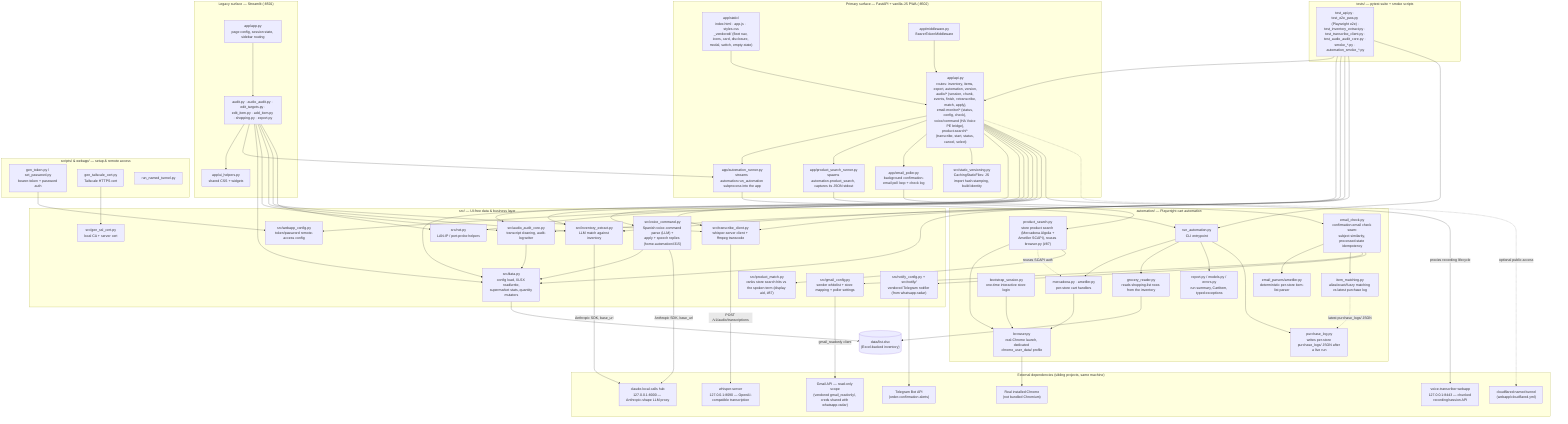
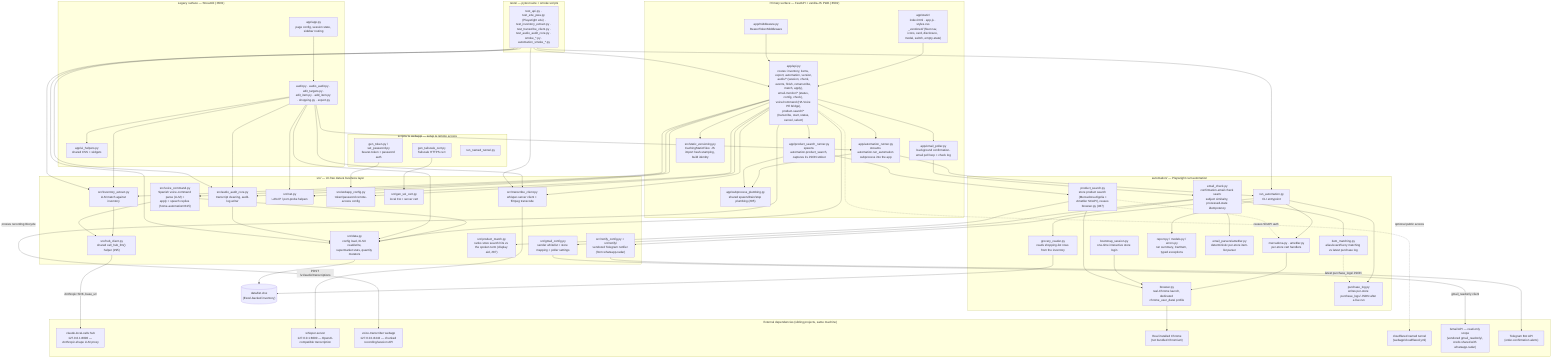
%% docs/architecture.mmd — this repo's own internal structure.
%% Hand-authored, not generated — unlike a fleet-wide crawled map, this
%% repo's own internal shape is semantic and can't be scraped the same way.
%% Update this diagram in the same PR as any material structural change (a
%% new mode/route, a module moved, a new external dependency wired in) —
%% same anti-staleness contract as this repo's own `.fleet.toml` `description`
%% field. See ferraroroberto/fleet-config#256 for the general convention.

flowchart TB
  subgraph frontend["Primary surface — FastAPI + vanilla-JS PWA (:8502)"]
    STATIC["app/static/\nindex.html · app.js · styles.css\n_vendored/ (fleet nav, icons, card, disclosure, modal, switch, empty-state)"]
    API["app/api.py\nroutes: inventory, items, export, automation, version,\naudio/* (session, chunk, events, finish, retranscribe, match, apply),\nemail-monitor/* (status, config, check), voice/command (HA Voice PE bridge),\nproduct-search/* (transcribe, start, status, cancel, select)"]
    MW["app/middleware.py\nBearerTokenMiddleware"]
    RUNNER["app/automation_runner.py\nstreams automation.run_automation subprocess into the app"]
    PSRUNNER["app/product_search_runner.py\nspawns automation.product_search, captures its JSON stdout"]
+     SUBPROC["app/subprocess_plumbing.py\nshared spawn/drain/stop plumbing (#95)"]
    POLLER["app/email_poller.py\nbackground confirmation-email poll loop + check log"]
    VERSIONING["src/static_versioning.py\nCachingStaticFiles: JS import hash-stamping, build identity"]
    STATIC --> API
    MW --> API
    API --> RUNNER
    API --> PSRUNNER
+     RUNNER --> SUBPROC
+     PSRUNNER --> SUBPROC
    API --> POLLER
    API --> VERSIONING
  end

  subgraph legacy["Legacy surface — Streamlit (:8501)"]
    APPPY["app/app.py\npage config, session state, sidebar routing"]
    MODES["audit.py · audio_audit.py · edit_targets.py ·\nedit_item.py · add_item.py · shopping.py · export.py"]
    UIHELP["app/ui_helpers.py\nshared CSS + widgets"]
    APPPY --> MODES
    MODES --> UIHELP
    MODES --> RUNNER
  end

  subgraph datalayer["src/ — UI-free data & business layer"]
    DATA["src/data.py\nconfig load, XLSX read/write,\nsupermarket stats, quantity mutators"]
    AUDIOCORE["src/audio_audit_core.py\ntranscript cleaning, audit-log writer"]
    EXTRACT["src/inventory_extract.py\nLLM match against inventory"]
    VOICECMD["src/voice_command.py\nSpanish voice-command parse (LLM) +\napply + speech replies (home-automation#315)"]
+     HUBCLIENT["src/hub_client.py\nshared call_hub_llm() helper (#95)"]
    PRODMATCH["src/product_match.py\nranks store search hits vs the spoken term (display aid, #87)"]
    TRANSCRIBE["src/transcribe_client.py\nwhisper-server client + ffmpeg transcode"]
    NET["src/net.py\nLAN-IP / port-probe helpers"]
    WEBCFG["src/webapp_config.py\ntoken/password remote-access config"]
    GMAILCFG["src/gmail_config.py\nsender whitelist + store mapping + poller settings"]
    NOTIFYCFG["src/notify_config.py + src/notify/\nvendored Telegram notifier (from whatsapp-radar)"]
    SSL["src/gen_ssl_cert.py\nlocal CA + server cert"]
  end
  API --> DATA
  API --> AUDIOCORE
  API --> EXTRACT
  API --> VOICECMD
+   EXTRACT --> HUBCLIENT
+   VOICECMD --> HUBCLIENT
  VOICECMD --> DATA
  API --> TRANSCRIBE
  API --> NET
  API --> WEBCFG
  MODES --> DATA
  MODES --> AUDIOCORE
  MODES --> EXTRACT
  MODES --> TRANSCRIBE
  MODES --> NET
  AUDIOCORE --> DATA

  XLSX[("data/list.xlsx\n(Excel-backed inventory)")]
  DATA --> XLSX

  subgraph cartauto["automation/ — Playwright cart automation"]
    RUNAUTO["run_automation.py\nCLI entrypoint"]
    STOREMODS["mercadona.py · ametller.py\nper-store cart handlers"]
    BROWSER["browser.py\nreal-Chrome launch, dedicated chrome_user_data/ profile"]
    BOOTSTRAP["bootstrap_session.py\none-time interactive store login"]
    READER["grocery_reader.py\nreads shopping-list rows from the inventory"]
    REPORT["report.py / models.py / errors.py\nrun summary, CartItem, typed exceptions"]
    PURCHASELOG["purchase_log.py\nwrites per-store purchase_logs/ JSON after a live run"]
    EMAILCHECK["email_check.py\nconfirmation-email check seam:\nsubject similarity, processed-state idempotency"]
    EMAILPARSERS["email_parsers/ametller.py\ndeterministic per-store item-list parser"]
    ITEMMATCH["item_matching.py\nalias/exact/fuzzy matching vs latest purchase log"]
    PRODSEARCH["product_search.py\nstore product search (Mercadona Algolia +\nAmetller SCAPI), reuses browser.py (#87)"]
    RUNAUTO --> STOREMODS
    STOREMODS --> BROWSER
    BOOTSTRAP --> BROWSER
    RUNAUTO --> READER
    RUNAUTO --> REPORT
    RUNAUTO --> PURCHASELOG
    EMAILCHECK --> EMAILPARSERS
    EMAILCHECK --> ITEMMATCH
    PRODSEARCH --> BROWSER
    PRODSEARCH -.->|reuses SCAPI auth| STOREMODS
  end
  RUNNER --> RUNAUTO
  PSRUNNER --> PRODSEARCH
  PRODSEARCH --> PRODMATCH
  POLLER --> EMAILCHECK
  EMAILCHECK --> GMAILCFG
  EMAILCHECK --> NOTIFYCFG
  ITEMMATCH -.->|latest purchase_logs/ JSON| PURCHASELOG
  READER --> XLSX

  subgraph external["External dependencies (sibling projects, same machine)"]
    HUB["claude-local-calls hub\n127.0.0.1:8000 — Anthropic-shape LLM proxy"]
    WHISPER["whisper-server\n127.0.0.1:8090 — OpenAI-compatible transcription"]
    VOICET["voice-transcriber webapp\n127.0.0.1:8443 — chunked recording/session API"]
    CHROME["Real installed Chrome\n(not bundled Chromium)"]
    CLOUDFLARE["cloudflared named tunnel\n(webapp/cloudflared.yml)"]
    GMAILAPI["Gmail API — read-only scope\n(vendored gmail_readonly/, creds shared with whatsapp-radar)"]
    TELEGRAM["Telegram Bot API\n(order-confirmation alerts)"]
  end
-   EXTRACT -->|Anthropic SDK, base_url| HUB
-   VOICECMD -->|Anthropic SDK, base_url| HUB
+   HUBCLIENT -->|Anthropic SDK, base_url| HUB
  TRANSCRIBE -->|POST /v1/audio/transcriptions| WHISPER
  API -->|proxies recording lifecycle| VOICET
  BROWSER --> CHROME
  API -.->|optional public access| CLOUDFLARE
  GMAILCFG -->|gmail_readonly client| GMAILAPI
  NOTIFYCFG --> TELEGRAM

  subgraph scripts["scripts/ & webapp/ — setup & remote access"]
    GENTOKEN["gen_token.py / set_password.py\nbearer-token + password auth"]
    TAILCERT["gen_tailscale_cert.py\nTailscale HTTPS cert"]
    TUNNEL["run_named_tunnel.py"]
  end
  GENTOKEN --> WEBCFG
  TAILCERT --> SSL

  subgraph tests["tests/ — pytest suite + smoke scripts"]
    TESTFILES["test_api.py · test_e2e_pwa.py (Playwright e2e) ·\ntest_inventory_extract.py · test_transcribe_client.py ·\ntest_audio_audit_core.py · smoke_*.py · automation_smoke_*.py"]
  end
  TESTFILES --> API
  TESTFILES --> DATA
  TESTFILES --> EXTRACT
  TESTFILES --> TRANSCRIBE
  TESTFILES --> AUDIOCORE
  TESTFILES --> RUNAUTO
